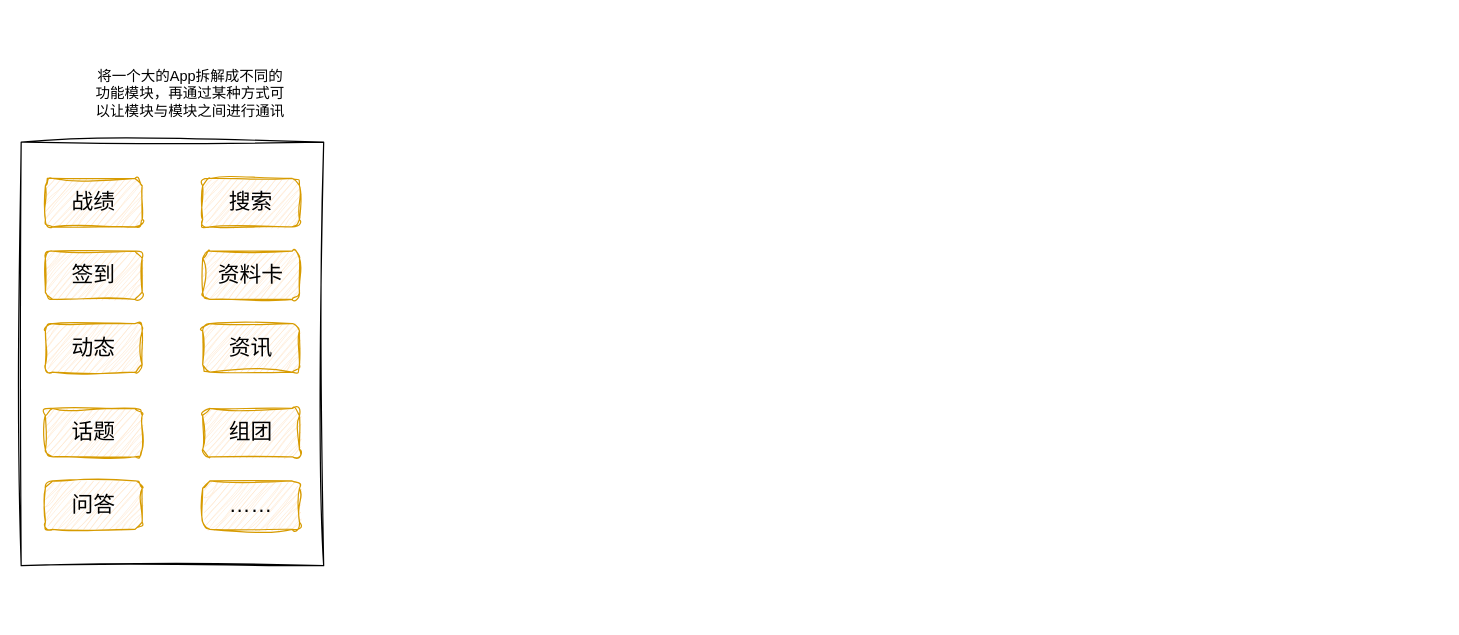
The draw.io diagram nonConsistence.drawio in skindhu/9GAG, before the edit. Source tidied: cells renumbered, new cells numbered last; positions are measured from the earlier drawing's top-left corner, leaving out a move shared by most shapes. Both pictures are drawn from the tidied source at 121%, with x=0, y=0 at pixel (21, 21).
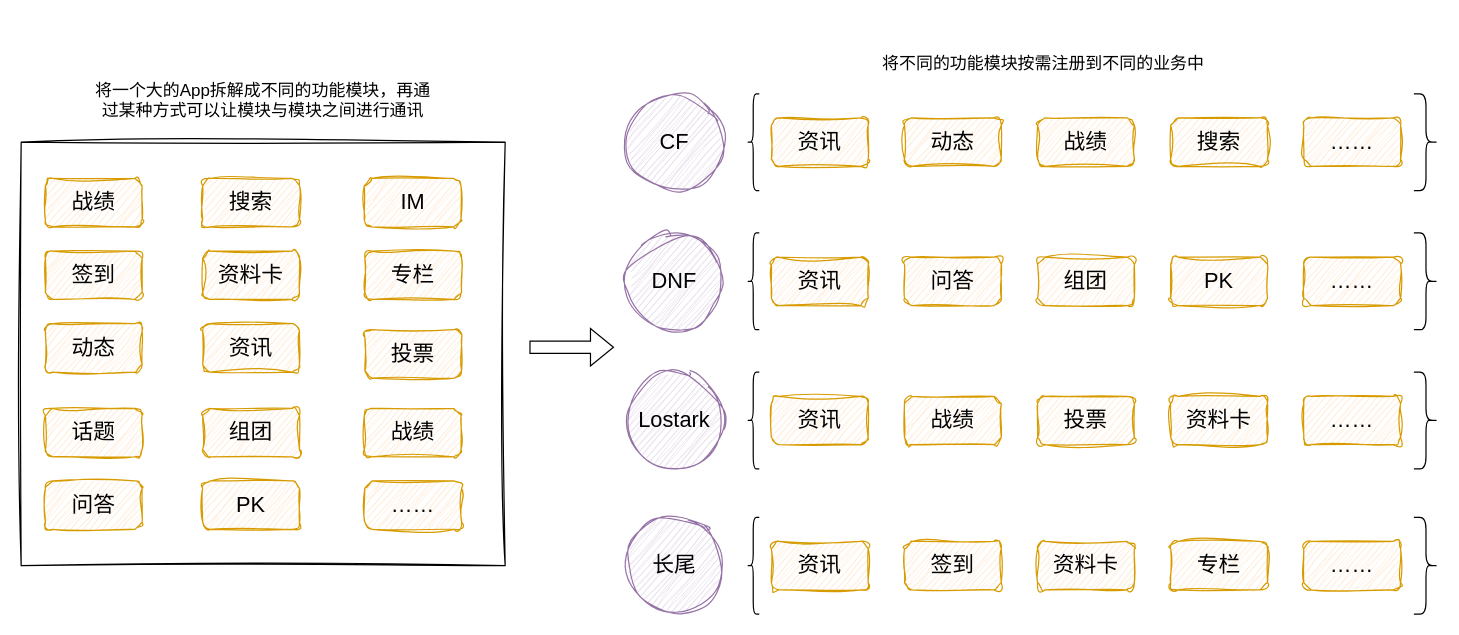
The same diagram, later.

What changed in the source:
```diff
@@
     <mxCell id="2" style="rounded=0;whiteSpace=wrap;html=1;sketch=1;curveFitting=1;jiggle=2;" parent="1" vertex="1">
-      <mxGeometry y="100" width="250" height="350" as="geometry" />
+      <mxGeometry y="100" width="400" height="350" as="geometry" />
     </mxCell>
@@
     <mxCell id="12" value="&lt;font style=&quot;font-size: 18px;&quot;&gt;……&lt;/font&gt;" style="rounded=1;whiteSpace=wrap;html=1;fillColor=#ffe6cc;strokeColor=#d79b00;sketch=1;curveFitting=1;jiggle=2;" parent="1" vertex="1">
-      <mxGeometry x="150" y="380" width="80" height="40" as="geometry" />
+      <mxGeometry x="284" y="380" width="80" height="40" as="geometry" />
     </mxCell>
-    <mxCell id="13" value="将一个大的App拆解成不同的功能模块，再通过某种方式可以让模块与模块之间进行通讯" style="text;html=1;strokeColor=none;fillColor=none;align=center;verticalAlign=middle;whiteSpace=wrap;rounded=0;fontSize=12;" parent="1" vertex="1">
-      <mxGeometry x="60" width="160" height="120" as="geometry" />
+    <mxCell id="13" value="将一个大的App拆解成不同的功能模块，再通过某种方式可以让模块与模块之间进行通讯" style="text;html=1;strokeColor=none;fillColor=none;align=center;verticalAlign=middle;whiteSpace=wrap;rounded=0;fontSize=14;" parent="1" vertex="1">
+      <mxGeometry x="55" y="40" width="290" height="50" as="geometry" />
     </mxCell>
+    <mxCell id="14" value="&lt;font style=&quot;font-size: 18px;&quot;&gt;IM&lt;/font&gt;" style="rounded=1;whiteSpace=wrap;html=1;fillColor=#ffe6cc;strokeColor=#d79b00;sketch=1;curveFitting=1;jiggle=2;" parent="1" vertex="1">
+      <mxGeometry x="283.5" y="130" width="80" height="40" as="geometry" />
+    </mxCell>
+    <mxCell id="15" value="&lt;font style=&quot;font-size: 18px;&quot;&gt;专栏&lt;/font&gt;" style="rounded=1;whiteSpace=wrap;html=1;fillColor=#ffe6cc;strokeColor=#d79b00;sketch=1;curveFitting=1;jiggle=2;" parent="1" vertex="1">
+      <mxGeometry x="284" y="190" width="80" height="40" as="geometry" />
+    </mxCell>
+    <mxCell id="16" value="&lt;span style=&quot;font-size: 18px;&quot;&gt;投票&lt;/span&gt;" style="rounded=1;whiteSpace=wrap;html=1;fillColor=#ffe6cc;strokeColor=#d79b00;sketch=1;curveFitting=1;jiggle=2;" parent="1" vertex="1">
+      <mxGeometry x="284" y="255" width="80" height="40" as="geometry" />
+    </mxCell>
+    <mxCell id="17" value="&lt;span style=&quot;font-size: 18px;&quot;&gt;战绩&lt;/span&gt;" style="rounded=1;whiteSpace=wrap;html=1;fillColor=#ffe6cc;strokeColor=#d79b00;sketch=1;curveFitting=1;jiggle=2;" parent="1" vertex="1">
+      <mxGeometry x="283.5" y="320" width="80" height="40" as="geometry" />
+    </mxCell>
+    <mxCell id="18" value="&lt;font style=&quot;font-size: 18px;&quot;&gt;PK&lt;/font&gt;" style="rounded=1;whiteSpace=wrap;html=1;fillColor=#ffe6cc;strokeColor=#d79b00;sketch=1;curveFitting=1;jiggle=2;" parent="1" vertex="1">
+      <mxGeometry x="150" y="380" width="80" height="40" as="geometry" />
+    </mxCell>
+    <mxCell id="19" value="&lt;font style=&quot;font-size: 18px;&quot;&gt;CF&lt;/font&gt;" style="ellipse;whiteSpace=wrap;html=1;fillColor=#e1d5e7;strokeColor=#9673a6;shadow=0;sketch=1;curveFitting=1;jiggle=2;" parent="1" vertex="1">
+      <mxGeometry x="500" y="60" width="80" height="80" as="geometry" />
+    </mxCell>
+    <mxCell id="20" value="&lt;font style=&quot;font-size: 18px;&quot;&gt;DNF&lt;/font&gt;" style="ellipse;whiteSpace=wrap;html=1;fillColor=#e1d5e7;strokeColor=#9673a6;shadow=0;sketch=1;curveFitting=1;jiggle=2;" parent="1" vertex="1">
+      <mxGeometry x="500" y="175" width="80" height="80" as="geometry" />
+    </mxCell>
+    <mxCell id="21" value="&lt;font style=&quot;font-size: 18px;&quot;&gt;Lostark&lt;/font&gt;" style="ellipse;whiteSpace=wrap;html=1;fillColor=#e1d5e7;strokeColor=#9673a6;shadow=0;sketch=1;curveFitting=1;jiggle=2;" parent="1" vertex="1">
+      <mxGeometry x="500" y="290" width="80" height="80" as="geometry" />
+    </mxCell>
+    <mxCell id="22" value="&lt;span style=&quot;font-size: 18px;&quot;&gt;长尾&lt;/span&gt;" style="ellipse;whiteSpace=wrap;html=1;fillColor=#e1d5e7;strokeColor=#9673a6;shadow=0;sketch=1;curveFitting=1;jiggle=2;" parent="1" vertex="1">
+      <mxGeometry x="500" y="410" width="80" height="80" as="geometry" />
+    </mxCell>
+    <mxCell id="23" style="shape=curlyBracket;whiteSpace=wrap;html=1;rounded=1;labelPosition=left;verticalLabelPosition=middle;align=right;verticalAlign=middle;" parent="1" vertex="1">
+      <mxGeometry x="600" y="60" width="10" height="80" as="geometry" />
+    </mxCell>
+    <mxCell id="24" value="&lt;font style=&quot;font-size: 18px;&quot;&gt;资讯&lt;/font&gt;" style="rounded=1;whiteSpace=wrap;html=1;fillColor=#ffe6cc;strokeColor=#d79b00;sketch=1;curveFitting=1;jiggle=2;" parent="1" vertex="1">
+      <mxGeometry x="620" y="80" width="80" height="40" as="geometry" />
+    </mxCell>
+    <mxCell id="25" value="&lt;font style=&quot;font-size: 18px;&quot;&gt;动态&lt;/font&gt;" style="rounded=1;whiteSpace=wrap;html=1;fillColor=#ffe6cc;strokeColor=#d79b00;sketch=1;curveFitting=1;jiggle=2;" parent="1" vertex="1">
+      <mxGeometry x="730" y="80" width="80" height="40" as="geometry" />
+    </mxCell>
+    <mxCell id="26" value="&lt;font style=&quot;font-size: 18px;&quot;&gt;战绩&lt;/font&gt;" style="rounded=1;whiteSpace=wrap;html=1;fillColor=#ffe6cc;strokeColor=#d79b00;sketch=1;curveFitting=1;jiggle=2;" parent="1" vertex="1">
+      <mxGeometry x="840" y="80" width="80" height="40" as="geometry" />
+    </mxCell>
+    <mxCell id="27" value="&lt;span style=&quot;font-size: 18px;&quot;&gt;搜索&lt;/span&gt;" style="rounded=1;whiteSpace=wrap;html=1;fillColor=#ffe6cc;strokeColor=#d79b00;sketch=1;curveFitting=1;jiggle=2;" parent="1" vertex="1">
+      <mxGeometry x="950" y="80" width="80" height="40" as="geometry" />
+    </mxCell>
+    <mxCell id="28" value="&lt;font style=&quot;font-size: 18px;&quot;&gt;……&lt;/font&gt;" style="rounded=1;whiteSpace=wrap;html=1;fillColor=#ffe6cc;strokeColor=#d79b00;sketch=1;curveFitting=1;jiggle=2;" parent="1" vertex="1">
+      <mxGeometry x="1060" y="80" width="80" height="40" as="geometry" />
+    </mxCell>
+    <mxCell id="29" style="shape=curlyBracket;whiteSpace=wrap;html=1;rounded=1;flipH=1;labelPosition=right;verticalLabelPosition=middle;align=left;verticalAlign=middle;" parent="1" vertex="1">
+      <mxGeometry x="1151" y="60" width="20" height="80" as="geometry" />
+    </mxCell>
+    <mxCell id="30" style="shape=curlyBracket;whiteSpace=wrap;html=1;rounded=1;labelPosition=left;verticalLabelPosition=middle;align=right;verticalAlign=middle;" parent="1" vertex="1">
+      <mxGeometry x="600" y="175" width="10" height="80" as="geometry" />
+    </mxCell>
+    <mxCell id="31" value="&lt;font style=&quot;font-size: 18px;&quot;&gt;资讯&lt;/font&gt;" style="rounded=1;whiteSpace=wrap;html=1;fillColor=#ffe6cc;strokeColor=#d79b00;sketch=1;curveFitting=1;jiggle=2;" parent="1" vertex="1">
+      <mxGeometry x="620" y="195" width="80" height="40" as="geometry" />
+    </mxCell>
+    <mxCell id="32" value="&lt;font style=&quot;font-size: 18px;&quot;&gt;……&lt;/font&gt;" style="rounded=1;whiteSpace=wrap;html=1;fillColor=#ffe6cc;strokeColor=#d79b00;sketch=1;curveFitting=1;jiggle=2;" parent="1" vertex="1">
+      <mxGeometry x="1060" y="195" width="80" height="40" as="geometry" />
+    </mxCell>
+    <mxCell id="33" style="shape=curlyBracket;whiteSpace=wrap;html=1;rounded=1;flipH=1;labelPosition=right;verticalLabelPosition=middle;align=left;verticalAlign=middle;" parent="1" vertex="1">
+      <mxGeometry x="1151" y="175" width="20" height="80" as="geometry" />
+    </mxCell>
+    <mxCell id="34" value="&lt;font style=&quot;font-size: 18px;&quot;&gt;组团&lt;/font&gt;" style="rounded=1;whiteSpace=wrap;html=1;fillColor=#ffe6cc;strokeColor=#d79b00;sketch=1;curveFitting=1;jiggle=2;" parent="1" vertex="1">
+      <mxGeometry x="840" y="195" width="80" height="40" as="geometry" />
+    </mxCell>
+    <mxCell id="35" style="shape=curlyBracket;whiteSpace=wrap;html=1;rounded=1;labelPosition=left;verticalLabelPosition=middle;align=right;verticalAlign=middle;" parent="1" vertex="1">
+      <mxGeometry x="600" y="290" width="10" height="80" as="geometry" />
+    </mxCell>
+    <mxCell id="36" value="&lt;font style=&quot;font-size: 18px;&quot;&gt;资讯&lt;/font&gt;" style="rounded=1;whiteSpace=wrap;html=1;fillColor=#ffe6cc;strokeColor=#d79b00;sketch=1;curveFitting=1;jiggle=2;" parent="1" vertex="1">
+      <mxGeometry x="620" y="310" width="80" height="40" as="geometry" />
+    </mxCell>
+    <mxCell id="37" value="&lt;font style=&quot;font-size: 18px;&quot;&gt;……&lt;/font&gt;" style="rounded=1;whiteSpace=wrap;html=1;fillColor=#ffe6cc;strokeColor=#d79b00;sketch=1;curveFitting=1;jiggle=2;" parent="1" vertex="1">
+      <mxGeometry x="1060" y="310" width="80" height="40" as="geometry" />
+    </mxCell>
+    <mxCell id="38" style="shape=curlyBracket;whiteSpace=wrap;html=1;rounded=1;flipH=1;labelPosition=right;verticalLabelPosition=middle;align=left;verticalAlign=middle;" parent="1" vertex="1">
+      <mxGeometry x="1151" y="290" width="20" height="80" as="geometry" />
+    </mxCell>
+    <mxCell id="39" value="将不同的功能模块按需注册到不同的业务中" style="text;html=1;strokeColor=none;fillColor=none;align=center;verticalAlign=middle;whiteSpace=wrap;rounded=0;fontSize=14;" parent="1" vertex="1">
+      <mxGeometry x="700" y="10" width="290" height="50" as="geometry" />
+    </mxCell>
+    <mxCell id="40" value="&lt;font style=&quot;font-size: 18px;&quot;&gt;问答&lt;/font&gt;" style="rounded=1;whiteSpace=wrap;html=1;fillColor=#ffe6cc;strokeColor=#d79b00;sketch=1;curveFitting=1;jiggle=2;" parent="1" vertex="1">
+      <mxGeometry x="730" y="195" width="80" height="40" as="geometry" />
+    </mxCell>
+    <mxCell id="41" value="&lt;font style=&quot;font-size: 18px;&quot;&gt;战绩&lt;/font&gt;" style="rounded=1;whiteSpace=wrap;html=1;fillColor=#ffe6cc;strokeColor=#d79b00;sketch=1;curveFitting=1;jiggle=2;" parent="1" vertex="1">
+      <mxGeometry x="730" y="310" width="80" height="40" as="geometry" />
+    </mxCell>
+    <mxCell id="42" value="&lt;span style=&quot;font-size: 18px;&quot;&gt;投票&lt;/span&gt;" style="rounded=1;whiteSpace=wrap;html=1;fillColor=#ffe6cc;strokeColor=#d79b00;sketch=1;curveFitting=1;jiggle=2;" parent="1" vertex="1">
+      <mxGeometry x="840" y="310" width="80" height="40" as="geometry" />
+    </mxCell>
+    <mxCell id="43" value="&lt;font style=&quot;font-size: 18px;&quot;&gt;资料卡&lt;/font&gt;" style="rounded=1;whiteSpace=wrap;html=1;fillColor=#ffe6cc;strokeColor=#d79b00;sketch=1;curveFitting=1;jiggle=2;" parent="1" vertex="1">
+      <mxGeometry x="950" y="310" width="80" height="40" as="geometry" />
+    </mxCell>
+    <mxCell id="44" style="shape=curlyBracket;whiteSpace=wrap;html=1;rounded=1;labelPosition=left;verticalLabelPosition=middle;align=right;verticalAlign=middle;" parent="1" vertex="1">
+      <mxGeometry x="600" y="410" width="10" height="80" as="geometry" />
+    </mxCell>
+    <mxCell id="45" value="&lt;font style=&quot;font-size: 18px;&quot;&gt;资讯&lt;/font&gt;" style="rounded=1;whiteSpace=wrap;html=1;fillColor=#ffe6cc;strokeColor=#d79b00;sketch=1;curveFitting=1;jiggle=2;" parent="1" vertex="1">
+      <mxGeometry x="620" y="430" width="80" height="40" as="geometry" />
+    </mxCell>
+    <mxCell id="46" value="&lt;font style=&quot;font-size: 18px;&quot;&gt;……&lt;/font&gt;" style="rounded=1;whiteSpace=wrap;html=1;fillColor=#ffe6cc;strokeColor=#d79b00;sketch=1;curveFitting=1;jiggle=2;" parent="1" vertex="1">
+      <mxGeometry x="1060" y="430" width="80" height="40" as="geometry" />
+    </mxCell>
+    <mxCell id="47" style="shape=curlyBracket;whiteSpace=wrap;html=1;rounded=1;flipH=1;labelPosition=right;verticalLabelPosition=middle;align=left;verticalAlign=middle;" parent="1" vertex="1">
+      <mxGeometry x="1151" y="410" width="20" height="80" as="geometry" />
+    </mxCell>
+    <mxCell id="48" value="&lt;font style=&quot;font-size: 18px;&quot;&gt;签到&lt;/font&gt;" style="rounded=1;whiteSpace=wrap;html=1;fillColor=#ffe6cc;strokeColor=#d79b00;sketch=1;curveFitting=1;jiggle=2;" parent="1" vertex="1">
+      <mxGeometry x="730" y="430" width="80" height="40" as="geometry" />
+    </mxCell>
+    <mxCell id="49" value="&lt;font style=&quot;font-size: 18px;&quot;&gt;资料卡&lt;/font&gt;" style="rounded=1;whiteSpace=wrap;html=1;fillColor=#ffe6cc;strokeColor=#d79b00;sketch=1;curveFitting=1;jiggle=2;" parent="1" vertex="1">
+      <mxGeometry x="840" y="430" width="80" height="40" as="geometry" />
+    </mxCell>
+    <mxCell id="50" value="&lt;font style=&quot;font-size: 18px;&quot;&gt;专栏&lt;/font&gt;" style="rounded=1;whiteSpace=wrap;html=1;fillColor=#ffe6cc;strokeColor=#d79b00;sketch=1;curveFitting=1;jiggle=2;" parent="1" vertex="1">
+      <mxGeometry x="950" y="430" width="80" height="40" as="geometry" />
+    </mxCell>
+    <mxCell id="51" value="&lt;font style=&quot;font-size: 18px;&quot;&gt;PK&lt;/font&gt;" style="rounded=1;whiteSpace=wrap;html=1;fillColor=#ffe6cc;strokeColor=#d79b00;sketch=1;curveFitting=1;jiggle=2;" parent="1" vertex="1">
+      <mxGeometry x="950" y="195" width="80" height="40" as="geometry" />
+    </mxCell>
+    <mxCell id="52" style="shape=flexArrow;endArrow=classic;html=1;rounded=0;" parent="1" edge="1">
+      <mxGeometry relative="1" as="geometry">
+        <mxPoint x="420" y="269.5" as="sourcePoint" />
+        <mxPoint x="490" y="269.5" as="targetPoint" />
+      </mxGeometry>
+    </mxCell>
```
